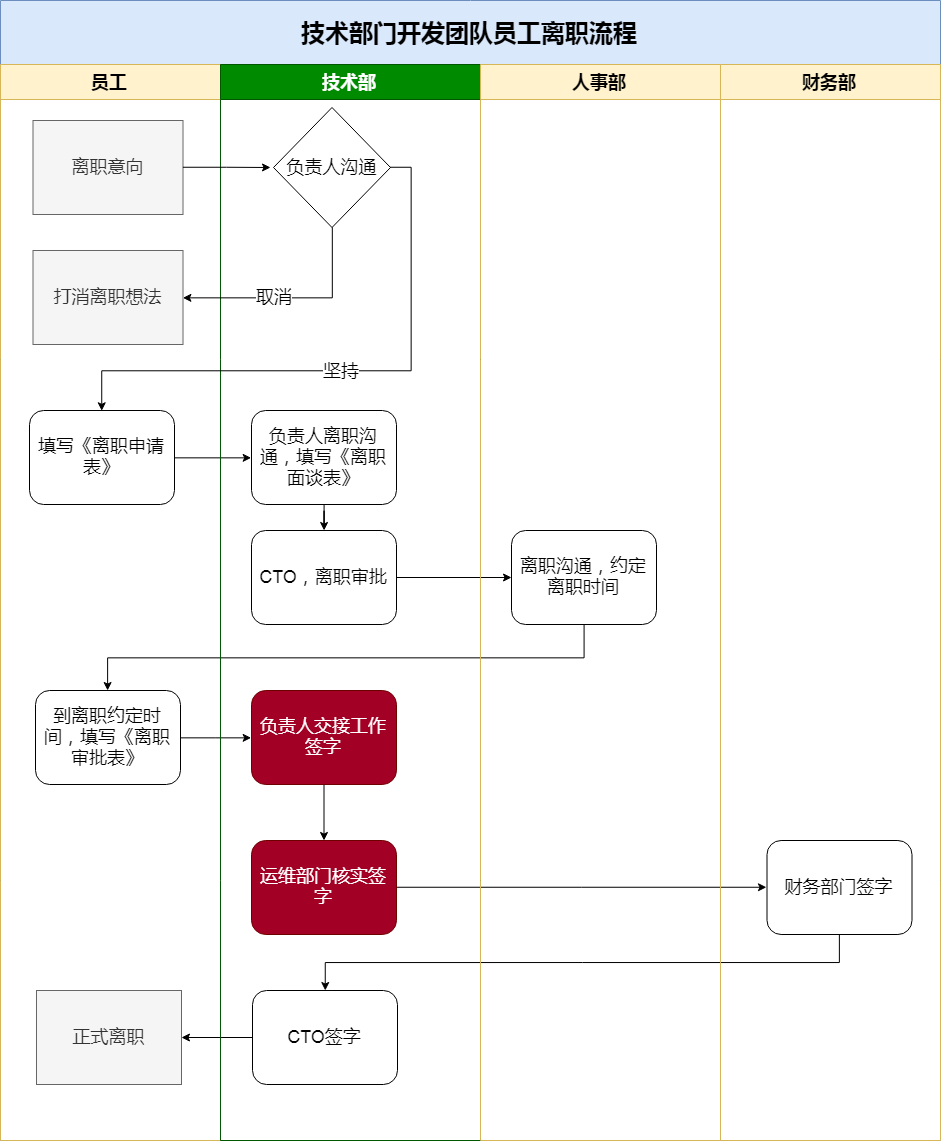
Before: images/work/技术部门开发团队员工离职流程.png, a diagram exported from draw.io (lllliuliu/resets). Source tidied: cells renumbered, new cells last; positions are measured from the earlier drawing's top-left corner, leaving out a move shared by most shapes.
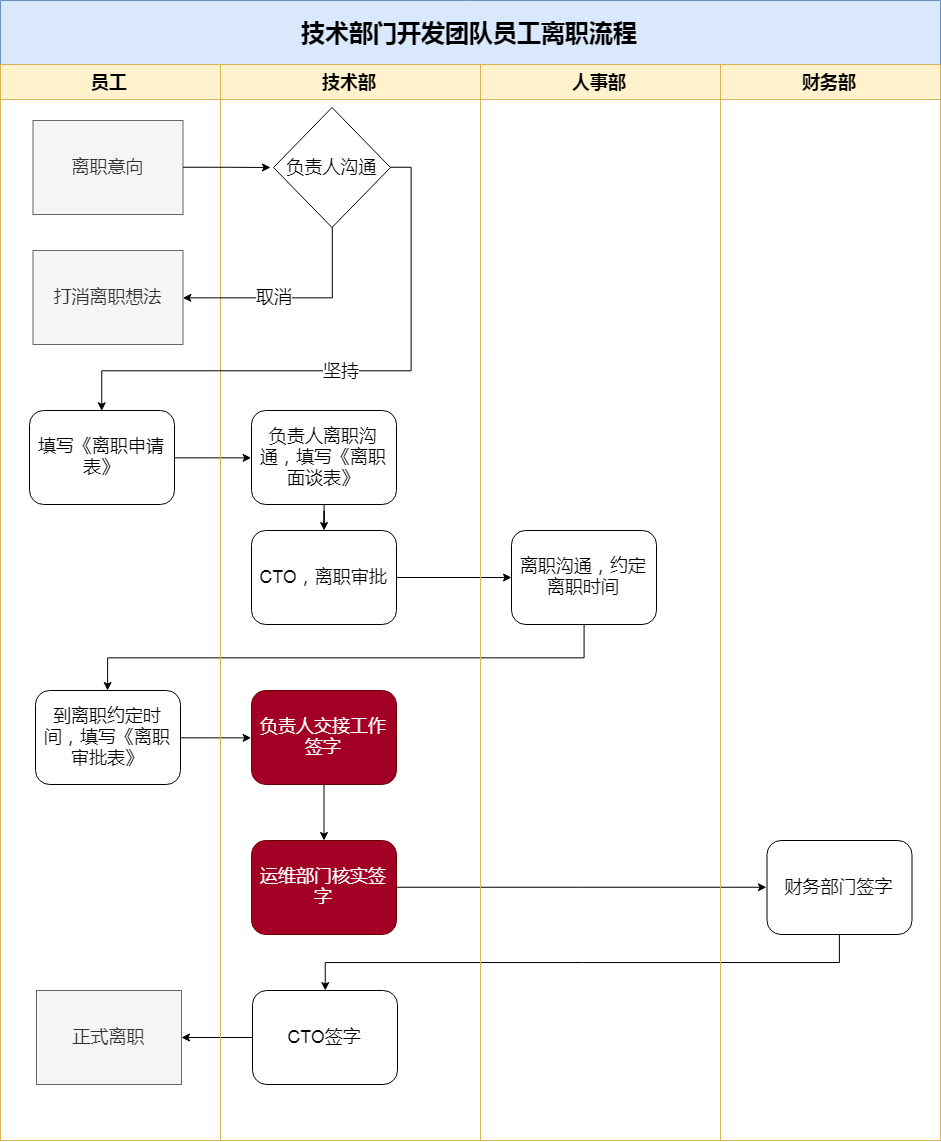
Later version of the same file.

What changed in the source:
```diff
@@ -44,7 +44,7 @@
     <mxCell id="15" style="edgeStyle=orthogonalEdgeStyle;rounded=0;jettySize=auto;html=1;exitX=1;exitY=0.5;exitDx=0;exitDy=0;entryX=0;entryY=0.5;entryDx=0;entryDy=0;fontSize=18;" parent="2" edge="1" source="8" target="18">
       <mxGeometry relative="1" as="geometry" />
     </mxCell>
-    <mxCell id="16" value="技术部" style="swimlane;html=1;startSize=35;fontSize=18;align=center;fillColor=#008a00;strokeColor=#005700;fontColor=#ffffff;" parent="2" vertex="1">
+    <mxCell id="16" value="技术部" style="swimlane;html=1;startSize=35;fontSize=18;align=center;fillColor=#fff2cc;strokeColor=#d6b656;" parent="2" vertex="1">
       <mxGeometry x="220" y="64" width="260" height="1076" as="geometry" />
     </mxCell>
     <mxCell id="17" style="edgeStyle=orthogonalEdgeStyle;rounded=0;jettySize=auto;html=1;fontSize=18;" parent="16" edge="1" source="18" target="19">
```
